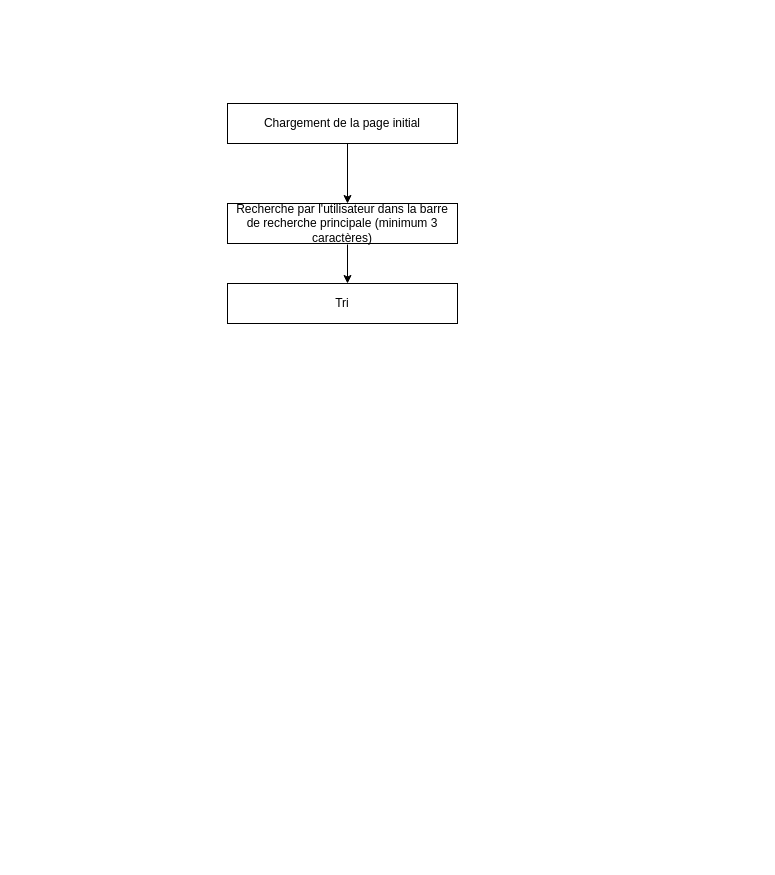
Before: petitsplats.drawio in Takwua/PetitsPLats, a draw.io diagram. Source tidied: cells renumbered, new cells numbered last; positions are measured from the earlier drawing's top-left corner, leaving out a move shared by most shapes. Both pictures are drawn from the tidied source at 100%, with x=0, y=0 at pixel (227, 103).
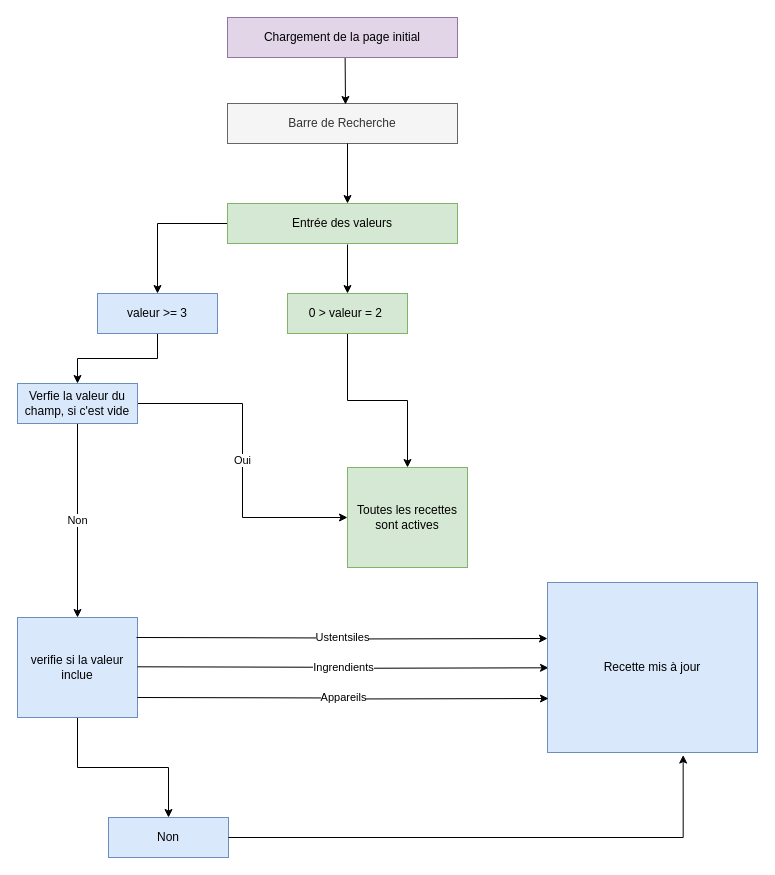
Above is the later version.

Commit message:
Mettre à jour petitsplats.drawio

Change to the diagram source:
```diff
@@
-    <mxCell id="2" value="Chargement de la page initial" style="rounded=0;whiteSpace=wrap;html=1;" parent="1" vertex="1">
+    <mxCell id="2" value="Barre de Recherche" style="rounded=0;whiteSpace=wrap;html=1;fillColor=#f5f5f5;strokeColor=#666666;fontColor=#333333;" parent="1" vertex="1">
       <mxGeometry width="230" height="40" as="geometry" />
     </mxCell>
+    <mxCell id="7" style="edgeStyle=orthogonalEdgeStyle;rounded=0;jettySize=auto;html=1;entryX=0.5;entryY=0;entryDx=0;entryDy=0;" parent="1" edge="1" source="3" target="9">
+      <mxGeometry relative="1" as="geometry" />
+    </mxCell>
-    <mxCell id="3" value="Recherche par l'utilisateur dans la barre de recherche principale (minimum 3 caractères)" style="rounded=0;whiteSpace=wrap;html=1;" parent="1" vertex="1">
+    <mxCell id="3" value="Entrée des valeurs" style="rounded=0;whiteSpace=wrap;html=1;fillColor=#d5e8d4;strokeColor=#82b366;" parent="1" vertex="1">
       <mxGeometry y="100" width="230" height="40" as="geometry" />
     </mxCell>
@@
-    <mxCell id="5" style="endArrow=classic;html=1;rounded=0;entryX=0.526;entryY=-0.068;entryDx=0;entryDy=0;entryPerimeter=0;" parent="1" edge="1">
+    <mxCell id="5" style="endArrow=classic;html=1;rounded=0;entryX=0.5;entryY=0;entryDx=0;entryDy=0;" parent="1" edge="1" target="6">
       <mxGeometry relative="1" as="geometry">
         <mxPoint x="120" y="141" as="sourcePoint" />
-        <mxPoint x="120" y="180" as="targetPoint" />
       </mxGeometry>
     </mxCell>
+    <mxCell id="8" style="edgeStyle=orthogonalEdgeStyle;rounded=0;jettySize=auto;html=1;" parent="1" edge="1" source="9" target="12">
+      <mxGeometry relative="1" as="geometry" />
+    </mxCell>
+    <mxCell id="9" value="valeur &amp;gt;= 3" style="rounded=0;whiteSpace=wrap;html=1;fillColor=#dae8fc;strokeColor=#6c8ebf;" parent="1" vertex="1">
+      <mxGeometry x="-130" y="190" width="120" height="40" as="geometry" />
+    </mxCell>
+    <mxCell id="10" value="Oui" style="edgeStyle=orthogonalEdgeStyle;rounded=0;jettySize=auto;html=1;entryX=0;entryY=0.5;entryDx=0;entryDy=0;" parent="1" edge="1" source="12" target="15">
+      <mxGeometry relative="1" as="geometry" />
+    </mxCell>
+    <mxCell id="11" value="Non" style="edgeStyle=orthogonalEdgeStyle;rounded=0;jettySize=auto;html=1;entryX=0.5;entryY=0;entryDx=0;entryDy=0;" parent="1" edge="1" source="12" target="14">
+      <mxGeometry relative="1" as="geometry" />
+    </mxCell>
+    <mxCell id="12" value="Verfie la valeur du champ, si c'est vide" style="rounded=0;whiteSpace=wrap;html=1;fillColor=#dae8fc;strokeColor=#6c8ebf;" parent="1" vertex="1">
+      <mxGeometry x="-210" y="280" width="120" height="40" as="geometry" />
+    </mxCell>
+    <mxCell id="13" style="edgeStyle=orthogonalEdgeStyle;rounded=0;jettySize=auto;html=1;" parent="1" edge="1" source="14" target="22">
+      <mxGeometry relative="1" as="geometry" />
+    </mxCell>
+    <mxCell id="14" value="verifie si la valeur inclue" style="rounded=0;whiteSpace=wrap;html=1;fillColor=#dae8fc;strokeColor=#6c8ebf;" parent="1" vertex="1">
+      <mxGeometry x="-210" y="514" width="120" height="100" as="geometry" />
+    </mxCell>
+    <mxCell id="15" value="Toutes les recettes sont actives" style="rounded=0;whiteSpace=wrap;html=1;fillColor=#d5e8d4;strokeColor=#82b366;" parent="1" vertex="1">
+      <mxGeometry x="120" y="364" width="120" height="100" as="geometry" />
+    </mxCell>
+    <mxCell id="16" style="edgeStyle=orthogonalEdgeStyle;rounded=0;jettySize=auto;html=1;" parent="1" edge="1" source="6" target="15">
+      <mxGeometry relative="1" as="geometry" />
+    </mxCell>
-    <mxCell id="6" value="Tri" style="rounded=0;whiteSpace=wrap;html=1;" parent="1" vertex="1">
-      <mxGeometry y="180" width="230" height="40" as="geometry" />
+    <mxCell id="6" value="0 &amp;gt; valeur = 2&amp;nbsp;" style="rounded=0;whiteSpace=wrap;html=1;fillColor=#d5e8d4;strokeColor=#82b366;" parent="1" vertex="1">
+      <mxGeometry x="60" y="190" width="120" height="40" as="geometry" />
     </mxCell>
+    <mxCell id="17" style="endArrow=classic;html=1;rounded=0;" parent="1" edge="1">
+      <mxGeometry relative="1" as="geometry">
+        <mxPoint x="117.6" y="-49" as="sourcePoint" />
+        <mxPoint x="118" y="1" as="targetPoint" />
+      </mxGeometry>
+    </mxCell>
+    <mxCell id="18" value="Chargement de la page initial" style="rounded=0;whiteSpace=wrap;html=1;fillColor=#e1d5e7;strokeColor=#9673a6;" parent="1" vertex="1">
+      <mxGeometry y="-86" width="230" height="40" as="geometry" />
+    </mxCell>
+    <mxCell id="19" value="Ingrendients" style="edgeStyle=orthogonalEdgeStyle;rounded=0;orthogonalLoop=1;jettySize=auto;html=1;entryX=0.006;entryY=0.359;entryDx=0;entryDy=0;entryPerimeter=0;" parent="1" edge="1">
+      <mxGeometry relative="1" as="geometry">
+        <mxPoint x="-90" y="563.3" as="sourcePoint" />
+        <mxPoint x="321" y="564.3" as="targetPoint" />
+      </mxGeometry>
+    </mxCell>
+    <mxCell id="20" value="Ustentsiles" style="edgeStyle=orthogonalEdgeStyle;rounded=0;orthogonalLoop=1;jettySize=auto;html=1;entryX=0.006;entryY=0.359;entryDx=0;entryDy=0;entryPerimeter=0;" parent="1" edge="1">
+      <mxGeometry relative="1" as="geometry">
+        <mxPoint x="-91" y="534" as="sourcePoint" />
+        <mxPoint x="320" y="535" as="targetPoint" />
+      </mxGeometry>
+    </mxCell>
+    <mxCell id="21" value="Recette mis à jour" style="rounded=0;whiteSpace=wrap;html=1;fillColor=#dae8fc;strokeColor=#6c8ebf;" parent="1" vertex="1">
+      <mxGeometry x="320" y="479" width="210" height="170" as="geometry" />
+    </mxCell>
+    <mxCell id="22" value="Non" style="rounded=0;whiteSpace=wrap;html=1;fillColor=#dae8fc;strokeColor=#6c8ebf;" parent="1" vertex="1">
+      <mxGeometry x="-119" y="714" width="120" height="40" as="geometry" />
+    </mxCell>
+    <mxCell id="23" value="Appareils" style="edgeStyle=orthogonalEdgeStyle;rounded=0;orthogonalLoop=1;jettySize=auto;html=1;entryX=0.006;entryY=0.359;entryDx=0;entryDy=0;entryPerimeter=0;" parent="1" edge="1">
+      <mxGeometry relative="1" as="geometry">
+        <mxPoint x="-90" y="594" as="sourcePoint" />
+        <mxPoint x="321" y="595" as="targetPoint" />
+      </mxGeometry>
+    </mxCell>
+    <mxCell id="24" style="edgeStyle=orthogonalEdgeStyle;rounded=0;jettySize=auto;html=1;entryX=0.646;entryY=1.015;entryDx=0;entryDy=0;entryPerimeter=0;" parent="1" edge="1" source="22" target="21">
+      <mxGeometry relative="1" as="geometry" />
+    </mxCell>
```
